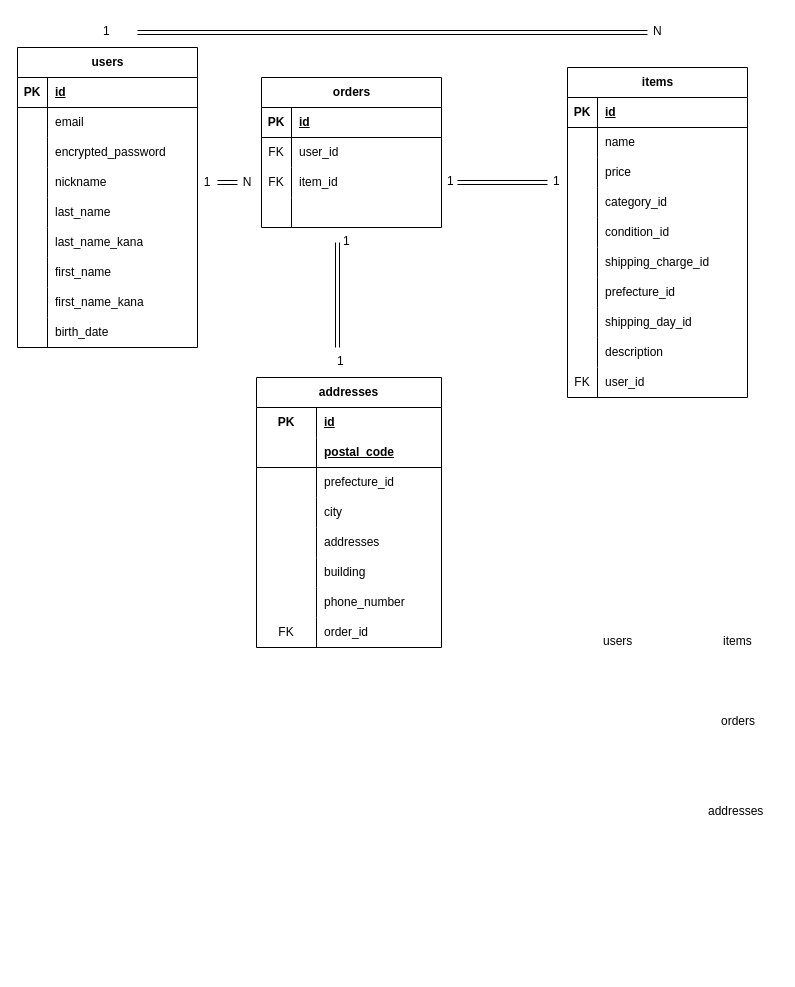
The draw.io diagram page "ページ1" (1 of 2) of ER.dio in ryu246-hue/furima-48026, before the edit. Source tidied: cells renumbered, new cells numbered last; positions are measured from the earlier drawing's top-left corner, leaving out a move shared by most shapes. Both pictures are drawn from the tidied source at 100%, with x=0, y=0 at pixel (17, 17).
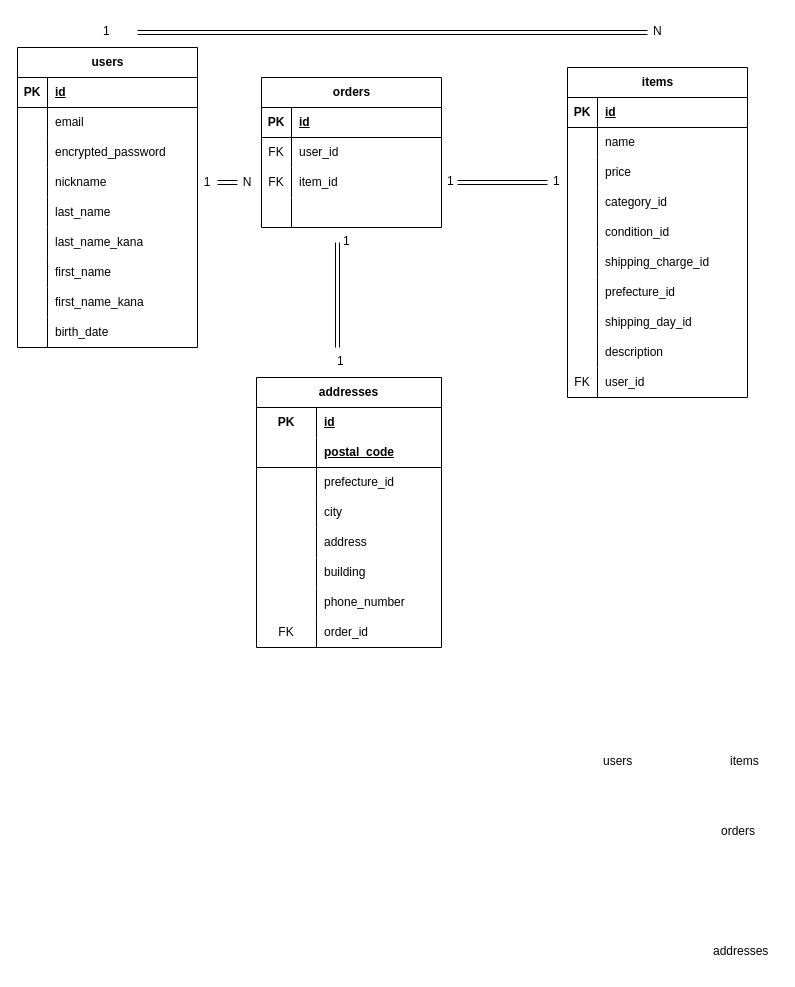
The same diagram, later.

Commit message:
addressesテーブルのカラム名を修正

The change refers to these unchanged cells:
```xml
<mxCell id="17" style="shape=tableRow;horizontal=0;startSize=0;swimlaneHead=0;swimlaneBody=0;fillColor=none;top=0;left=0;right=0;bottom=0;html=1;" parent="4" vertex="1">
  <mxGeometry y="150" width="185" height="30" as="geometry" />
</mxCell>
```

What changed in the source:
```diff
@@
-    <mxCell id="19" value="addresses" style="shape=partialRectangle;fillColor=none;top=0;left=0;bottom=0;right=0;align=left;spacingLeft=6;overflow=hidden;html=1;whiteSpace=wrap;" parent="17" vertex="1">
+    <mxCell id="19" value="address" style="shape=partialRectangle;fillColor=none;top=0;left=0;bottom=0;right=0;align=left;spacingLeft=6;overflow=hidden;html=1;whiteSpace=wrap;" parent="17" vertex="1">
       <mxGeometry x="60" width="125" height="30" as="geometry" />
     </mxCell>
@@
     <mxCell id="101" value="users" style="text;strokeColor=none;fillColor=none;spacingLeft=4;spacingRight=4;overflow=hidden;fontSize=12;whiteSpace=wrap;html=1;" parent="1" vertex="1">
-      <mxGeometry x="580" y="610" width="40" height="30" as="geometry" />
+      <mxGeometry x="580" y="730" width="40" height="30" as="geometry" />
     </mxCell>
     <mxCell id="102" value="items" style="text;strokeColor=none;fillColor=none;spacingLeft=4;spacingRight=4;overflow=hidden;fontSize=12;whiteSpace=wrap;html=1;" parent="1" vertex="1">
-      <mxGeometry x="700" y="610" width="40" height="30" as="geometry" />
+      <mxGeometry x="707" y="730" width="40" height="30" as="geometry" />
     </mxCell>
     <mxCell id="103" value="orders" style="text;strokeColor=none;fillColor=none;spacingLeft=4;spacingRight=4;overflow=hidden;fontSize=12;whiteSpace=wrap;html=1;" parent="1" vertex="1">
-      <mxGeometry x="698" y="690" width="44" height="30" as="geometry" />
+      <mxGeometry x="698" y="800" width="44" height="30" as="geometry" />
     </mxCell>
     <mxCell id="104" value="addresses" style="text;strokeColor=none;fillColor=none;spacingLeft=4;spacingRight=4;overflow=hidden;fontSize=12;whiteSpace=wrap;html=1;" parent="1" vertex="1">
-      <mxGeometry x="685" y="780" width="70" height="30" as="geometry" />
+      <mxGeometry x="690" y="920" width="70" height="30" as="geometry" />
     </mxCell>
```
